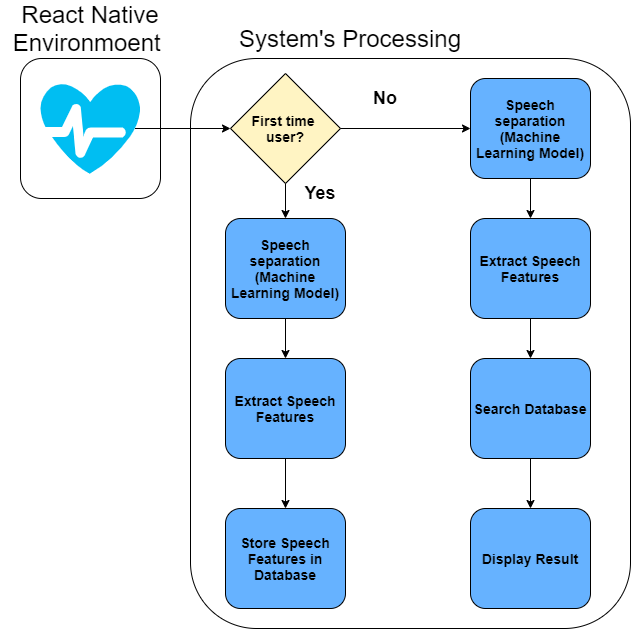
Earlier version of the draw.io export diagramv1.png (chrisjj12/Multi-Speaker-Identification). Source tidied: cells renumbered, new cells last; positions are measured from the earlier drawing's top-left corner, leaving out a move shared by most shapes.
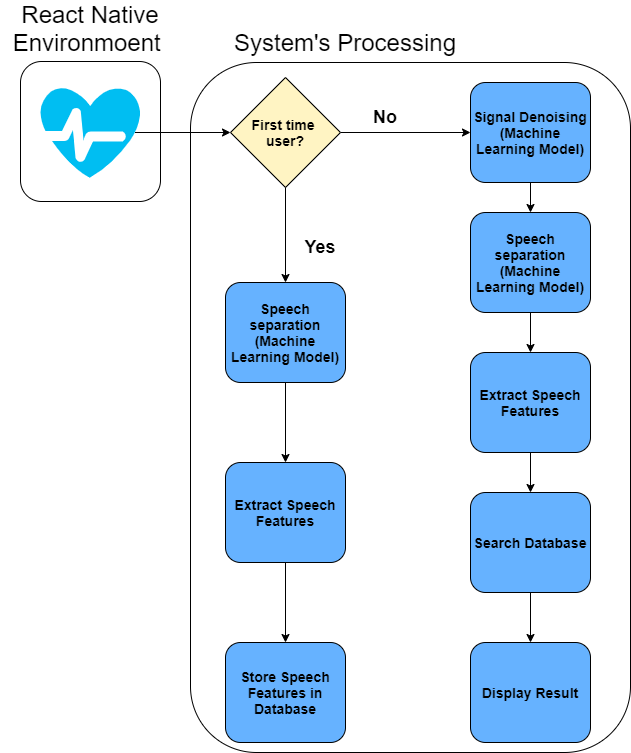
Above is the later version.

Change to the diagram source:
```diff
@@ -3,47 +3,47 @@
     <mxCell id="0" />
     <mxCell id="1" parent="0" />
     <mxCell id="2" style="rounded=1;whiteSpace=wrap;html=1;fillColor=none;" parent="1" vertex="1">
-      <mxGeometry x="20" y="40" width="140" height="140" as="geometry" />
+      <mxGeometry x="20" y="-11" width="140" height="140" as="geometry" />
     </mxCell>
     <mxCell id="3" style="rounded=1;whiteSpace=wrap;html=1;fillColor=none;" parent="1" vertex="1">
-      <mxGeometry x="190" y="40" width="440" height="570" as="geometry" />
+      <mxGeometry x="190" y="-10" width="440" height="690" as="geometry" />
     </mxCell>
     <mxCell id="4" value="&lt;b&gt;&lt;font style=&quot;font-size: 14px&quot;&gt;Speech separation&lt;br&gt;(Machine Learning Model)&lt;/font&gt;&lt;/b&gt;" style="rounded=1;whiteSpace=wrap;html=1;fillColor=#66B2FF;" parent="1" vertex="1">
-      <mxGeometry x="470" y="60" width="120" height="100" as="geometry" />
+      <mxGeometry x="470" y="140" width="120" height="100" as="geometry" />
     </mxCell>
     <mxCell id="5" value="&lt;b&gt;&lt;font style=&quot;font-size: 14px&quot;&gt;Extract Speech Features&lt;/font&gt;&lt;/b&gt;" style="rounded=1;whiteSpace=wrap;html=1;fillColor=#66B2FF;" parent="1" vertex="1">
-      <mxGeometry x="470" y="200" width="120" height="100" as="geometry" />
+      <mxGeometry x="470" y="280" width="120" height="100" as="geometry" />
     </mxCell>
     <mxCell id="6" value="&lt;b&gt;&lt;font style=&quot;font-size: 14px&quot;&gt;Search Database&lt;/font&gt;&lt;/b&gt;" style="rounded=1;whiteSpace=wrap;html=1;fillColor=#66B2FF;" parent="1" vertex="1">
-      <mxGeometry x="470" y="340" width="120" height="100" as="geometry" />
+      <mxGeometry x="470" y="420" width="120" height="100" as="geometry" />
     </mxCell>
     <mxCell id="7" value="&lt;font style=&quot;font-size: 14px&quot;&gt;&lt;b&gt;Display Result&lt;/b&gt;&lt;/font&gt;" style="rounded=1;whiteSpace=wrap;html=1;fillColor=#66B2FF;" parent="1" vertex="1">
-      <mxGeometry x="470" y="490" width="120" height="100" as="geometry" />
+      <mxGeometry x="470" y="570" width="120" height="100" as="geometry" />
     </mxCell>
+    <mxCell id="25" style="edgeStyle=orthogonalEdgeStyle;rounded=0;jettySize=auto;html=1;exitX=1;exitY=0.5;exitDx=0;exitDy=0;entryX=0;entryY=0.5;entryDx=0;entryDy=0;" parent="1" edge="1" source="8" target="27">
+      <mxGeometry relative="1" as="geometry" />
+    </mxCell>
     <mxCell id="8" value="&lt;b&gt;&lt;font style=&quot;font-size: 14px&quot;&gt;First time &lt;br&gt;user?&lt;/font&gt;&lt;/b&gt;" style="rhombus;whiteSpace=wrap;html=1;fillColor=#FFF4C3;" parent="1" vertex="1">
-      <mxGeometry x="230" y="55" width="110" height="110" as="geometry" />
+      <mxGeometry x="230" y="5" width="110" height="110" as="geometry" />
     </mxCell>
     <mxCell id="9" style="edgeStyle=orthogonalEdgeStyle;rounded=0;jettySize=auto;html=1;exitX=0.5;exitY=1;exitDx=0;exitDy=0;entryX=0.5;entryY=0;entryDx=0;entryDy=0;" parent="1" edge="1" source="10" target="12">
       <mxGeometry relative="1" as="geometry" />
     </mxCell>
     <mxCell id="10" value="&lt;b&gt;&lt;font style=&quot;font-size: 14px&quot;&gt;Speech separation&lt;br&gt;(Machine Learning Model)&lt;/font&gt;&lt;/b&gt;" style="rounded=1;whiteSpace=wrap;html=1;fillColor=#66B2FF;" parent="1" vertex="1">
-      <mxGeometry x="225" y="200" width="120" height="100" as="geometry" />
+      <mxGeometry x="225" y="210" width="120" height="100" as="geometry" />
     </mxCell>
     <mxCell id="11" style="edgeStyle=orthogonalEdgeStyle;rounded=0;jettySize=auto;html=1;exitX=0.5;exitY=1;exitDx=0;exitDy=0;entryX=0.5;entryY=0;entryDx=0;entryDy=0;" parent="1" edge="1" source="12" target="13">
       <mxGeometry relative="1" as="geometry" />
     </mxCell>
     <mxCell id="12" value="&lt;b&gt;&lt;font style=&quot;font-size: 14px&quot;&gt;Extract Speech Features&lt;/font&gt;&lt;/b&gt;" style="rounded=1;whiteSpace=wrap;html=1;fillColor=#66B2FF;" parent="1" vertex="1">
-      <mxGeometry x="225" y="340" width="120" height="100" as="geometry" />
+      <mxGeometry x="225" y="390" width="120" height="100" as="geometry" />
     </mxCell>
     <mxCell id="13" value="&lt;b&gt;&lt;font style=&quot;font-size: 14px&quot;&gt;Store Speech Features in Database&lt;/font&gt;&lt;/b&gt;" style="rounded=1;whiteSpace=wrap;html=1;fillColor=#66B2FF;" parent="1" vertex="1">
-      <mxGeometry x="225" y="490" width="120" height="100" as="geometry" />
+      <mxGeometry x="225" y="570" width="120" height="100" as="geometry" />
     </mxCell>
     <mxCell id="14" style="endArrow=classic;html=1;exitX=0.945;exitY=0.5;exitDx=0;exitDy=0;entryX=0;entryY=0.5;entryDx=0;entryDy=0;exitPerimeter=0;" parent="1" edge="1" source="23" target="8">
       <mxGeometry relative="1" as="geometry" />
     </mxCell>
-    <mxCell id="15" style="endArrow=classic;html=1;exitX=1;exitY=0.5;exitDx=0;exitDy=0;entryX=0;entryY=0.5;entryDx=0;entryDy=0;" parent="1" edge="1" source="8" target="4">
-      <mxGeometry relative="1" as="geometry" />
-    </mxCell>
     <mxCell id="16" style="endArrow=classic;html=1;exitX=0.5;exitY=1;exitDx=0;exitDy=0;entryX=0.5;entryY=0;entryDx=0;entryDy=0;" parent="1" edge="1" source="4" target="5">
       <mxGeometry relative="1" as="geometry" />
     </mxCell>
@@ -60,16 +60,22 @@
       <mxGeometry x="300" y="165" width="40" height="20" as="geometry" />
     </mxCell>
     <mxCell id="21" value="&lt;font style=&quot;font-size: 18px&quot;&gt;&lt;b&gt;No&lt;/b&gt;&lt;/font&gt;" style="text;html=1;strokeColor=none;fillColor=none;align=center;verticalAlign=middle;whiteSpace=wrap;rounded=0;" parent="1" vertex="1">
-      <mxGeometry x="340" y="70" width="90" height="20" as="geometry" />
+      <mxGeometry x="340" y="10" width="90" height="70" as="geometry" />
     </mxCell>
     <mxCell id="22" value="&lt;font style=&quot;font-size: 24px&quot;&gt;System's Processing&lt;/font&gt;" style="text;html=1;strokeColor=none;fillColor=none;align=center;verticalAlign=middle;whiteSpace=wrap;rounded=0;" parent="1" vertex="1">
-      <mxGeometry x="225" y="10" width="250" height="20" as="geometry" />
+      <mxGeometry x="220" y="-40" width="250" height="20" as="geometry" />
     </mxCell>
     <mxCell id="23" style="verticalLabelPosition=bottom;html=1;verticalAlign=top;align=center;strokeColor=none;fillColor=#00BEF2;shape=mxgraph.azure.health_monitoring;" parent="1" vertex="1">
-      <mxGeometry x="40" y="64.7" width="100" height="90.6" as="geometry" />
+      <mxGeometry x="40" y="14.7" width="100" height="90.6" as="geometry" />
     </mxCell>
     <mxCell id="24" value="&lt;font style=&quot;font-size: 24px&quot;&gt;React Native Environmoent&amp;nbsp;&lt;/font&gt;" style="text;html=1;strokeColor=none;fillColor=none;align=center;verticalAlign=middle;whiteSpace=wrap;rounded=0;" parent="1" vertex="1">
-      <mxGeometry width="180" height="20" as="geometry" />
+      <mxGeometry y="-54" width="180" height="20" as="geometry" />
     </mxCell>
+    <mxCell id="26" style="edgeStyle=orthogonalEdgeStyle;rounded=0;jettySize=auto;html=1;exitX=0.5;exitY=1;exitDx=0;exitDy=0;entryX=0.5;entryY=0;entryDx=0;entryDy=0;" parent="1" edge="1" source="27" target="4">
+      <mxGeometry relative="1" as="geometry" />
+    </mxCell>
+    <mxCell id="27" value="&lt;b&gt;&lt;font style=&quot;font-size: 14px&quot;&gt;Signal Denoising&lt;br&gt;(Machine Learning Model)&lt;/font&gt;&lt;/b&gt;" style="rounded=1;whiteSpace=wrap;html=1;fillColor=#66B2FF;" parent="1" vertex="1">
+      <mxGeometry x="470" y="10" width="120" height="100" as="geometry" />
+    </mxCell>
   </root>
 </mxGraphModel>
```
